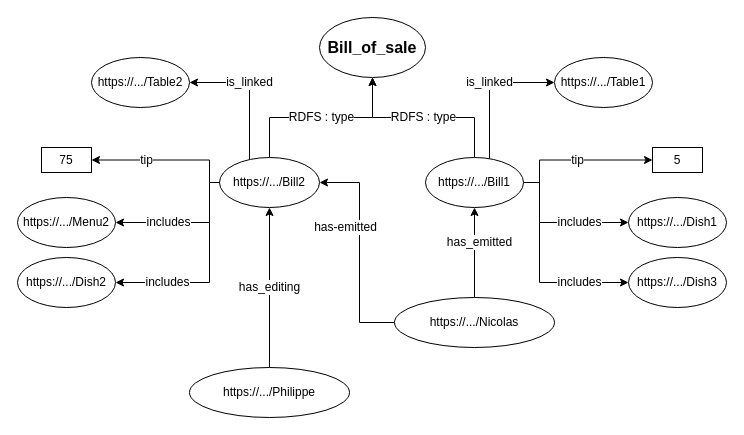
CH-KevinDubois/MAS-RAD-4-WEB-Mini-Projet keeps this draw.io diagram as schema/instanceBill.dio. Above is the earlier version. Source tidied: cells renumbered, new cells numbered last; positions are measured from the earlier drawing's top-left corner, leaving out a move shared by most shapes. Both pictures are drawn from the tidied source at 100%, with x=0, y=0 at pixel (17, 17).
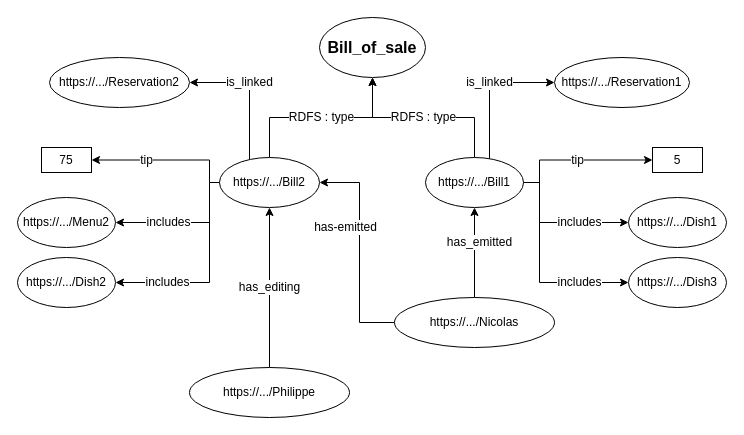
After the change.

Change to the diagram source:
```diff
@@
-    <mxCell id="21" value="https://.../Table1" style="ellipse;whiteSpace=wrap;html=1;" parent="1" vertex="1">
-      <mxGeometry x="537" y="40" width="98" height="50" as="geometry" />
+    <mxCell id="21" value="https://.../Reservation1" style="ellipse;whiteSpace=wrap;html=1;" parent="1" vertex="1">
+      <mxGeometry x="537" y="40" width="135" height="50" as="geometry" />
     </mxCell>
-    <mxCell id="22" value="https://.../Table2" style="ellipse;whiteSpace=wrap;html=1;" parent="1" vertex="1">
-      <mxGeometry x="74" y="40" width="98" height="50" as="geometry" />
+    <mxCell id="22" value="https://.../Reservation2" style="ellipse;whiteSpace=wrap;html=1;" parent="1" vertex="1">
+      <mxGeometry x="32" y="40" width="140" height="50" as="geometry" />
     </mxCell>
```
